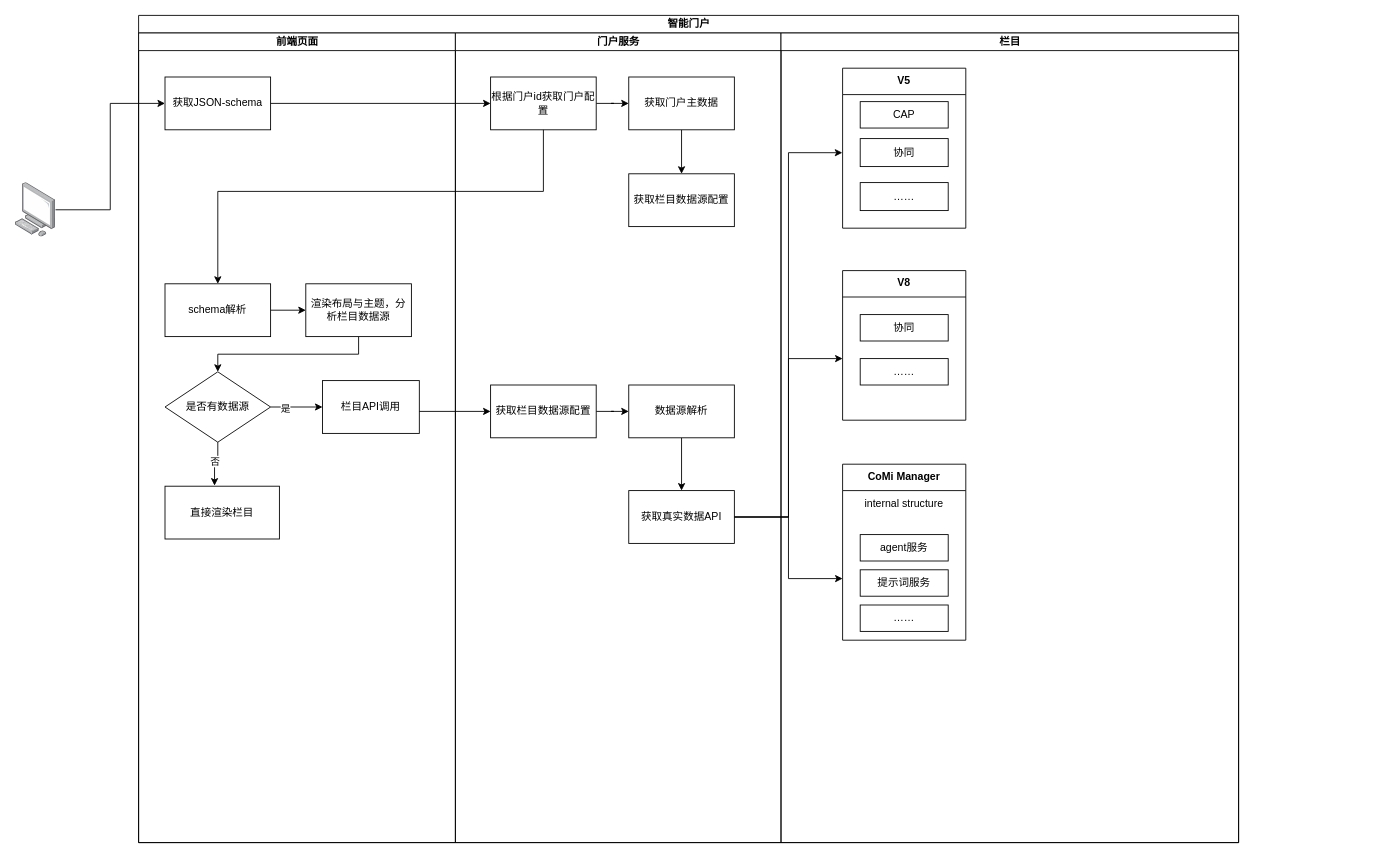
The draw.io diagram 门户架构图.drawio in wangweiccmo/drawio, before the edit. Source tidied: cells renumbered, new cells numbered last; positions are measured from the earlier drawing's top-left corner, leaving out a move shared by most shapes. Both pictures are drawn from the tidied source at 88%, with x=0, y=0 at pixel (15, 15).
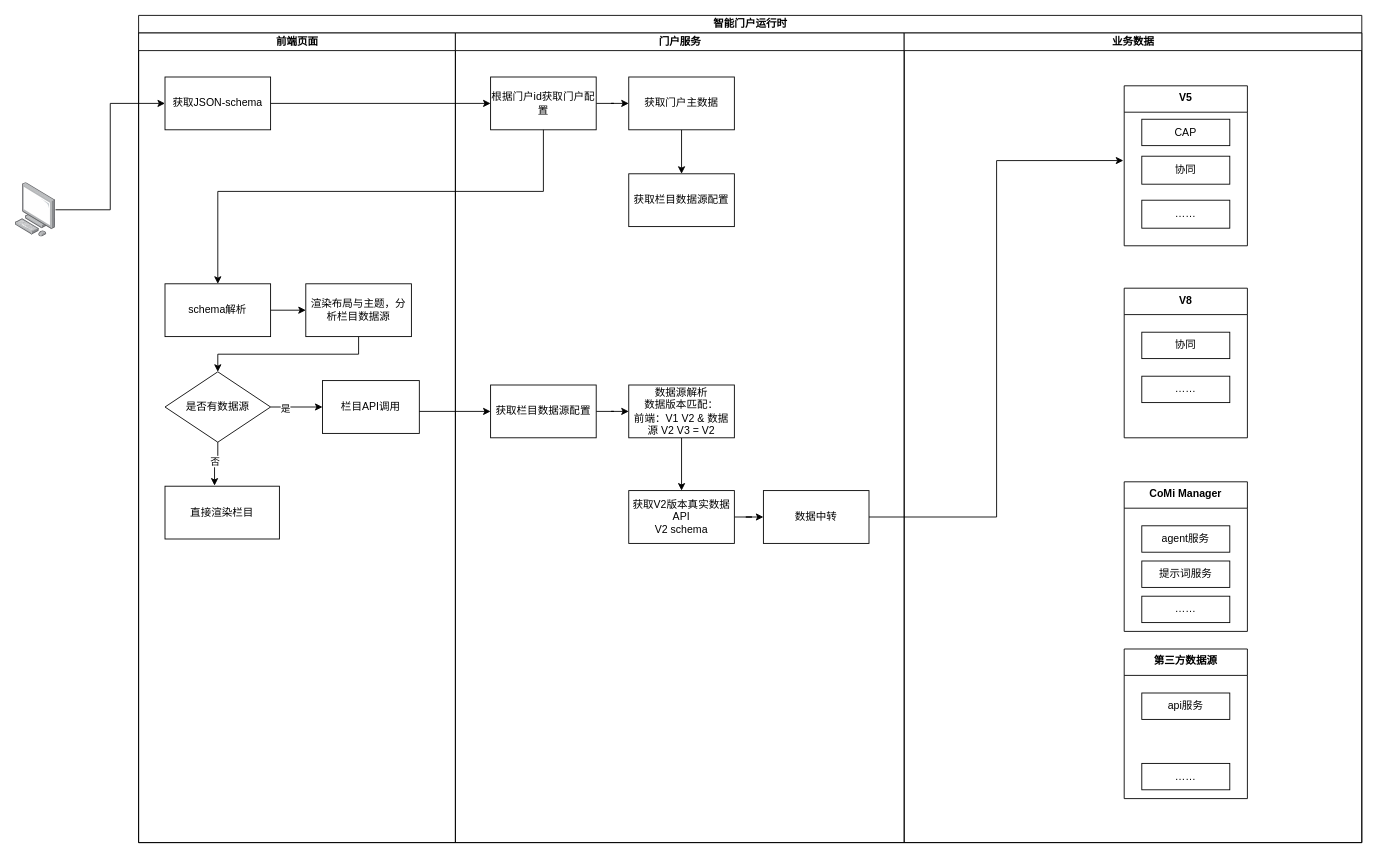
The same diagram, later.

Commit message:
更新门户架构图.drawio

Unchanged cells that the change refers to:
```xml
<mxCell id="29" style="swimlane;fontStyle=1;align=center;verticalAlign=top;horizontal=1;startSize=0;html=1;strokeColor=none;fillColor=none;" parent="28" vertex="1">
  <mxGeometry y="30" width="140" height="151.8" as="geometry" />
</mxCell>
<mxCell id="34" value="&#10;&lt;span style=&quot;color: rgb(0, 0, 0); font-family: Helvetica; font-size: 12px; font-style: normal; font-variant-ligatures: normal; font-variant-caps: normal; font-weight: 400; letter-spacing: normal; orphans: 2; text-align: center; text-indent: 0px; text-transform: none; widows: 2; word-spacing: 0px; -webkit-text-stroke-width: 0px; white-space: normal; background-color: rgb(236, 236, 236); text-decoration-thickness: initial; text-decoration-style: initial; text-decoration-color: initial; display: inline !important; float: none;&quot;&gt;……&lt;/span&gt;&#10;&#10;" style="swimlane;fontStyle=1;align=center;verticalAlign=top;horizontal=1;startSize=0;html=1;strokeColor=none;fillColor=none;" parent="33" vertex="1">
  <mxGeometry y="30" width="140" height="140" as="geometry" />
</mxCell>
```

The edit, as a diff of the source:
```diff
@@
-    <mxCell id="2" value="智能门户" style="swimlane;startSize=20;html=1;" parent="1" vertex="1">
-      <mxGeometry x="140" width="1250" height="940" as="geometry" />
+    <mxCell id="2" value="智能门户运行时" style="swimlane;startSize=20;html=1;" parent="1" vertex="1">
+      <mxGeometry x="140" width="1390" height="940" as="geometry" />
     </mxCell>
@@
     <mxCell id="16" value="门户服务" style="swimlane;startSize=20;html=1;" parent="2" vertex="1">
-      <mxGeometry x="360" y="20" width="370" height="920" as="geometry" />
+      <mxGeometry x="360" y="20" width="510" height="920" as="geometry" />
     </mxCell>
@@
-    <mxCell id="25" value="数据源解析" style="rounded=0;whiteSpace=wrap;html=1;" parent="16" vertex="1">
+    <mxCell id="25" value="数据源解析&lt;div&gt;数据版本匹配：&lt;/div&gt;&lt;div&gt;前端：V1 V2 &amp;amp; 数据源 V2 V3 = V2&lt;/div&gt;" style="rounded=0;whiteSpace=wrap;html=1;" parent="16" vertex="1">
       <mxGeometry x="197" y="400" width="120" height="60" as="geometry" />
     </mxCell>
+    <mxCell id="51" style="edgeStyle=orthogonalEdgeStyle;rounded=0;jettySize=auto;html=1;entryX=0;entryY=0.5;entryDx=0;entryDy=0;" parent="16" edge="1" source="26" target="52">
+      <mxGeometry relative="1" as="geometry" />
+    </mxCell>
-    <mxCell id="26" value="获取真实数据API" style="rounded=0;whiteSpace=wrap;html=1;" parent="16" vertex="1">
+    <mxCell id="26" value="获取V2版本真实数据API&lt;div&gt;V2 schema&lt;/div&gt;" style="rounded=0;whiteSpace=wrap;html=1;" parent="16" vertex="1">
       <mxGeometry x="197" y="520" width="120" height="60" as="geometry" />
     </mxCell>
+    <mxCell id="52" value="数据中转" style="rounded=0;whiteSpace=wrap;html=1;" parent="16" vertex="1">
+      <mxGeometry x="350" y="520" width="120" height="60" as="geometry" />
+    </mxCell>
-    <mxCell id="27" value="栏目" style="swimlane;startSize=20;html=1;" parent="2" vertex="1">
-      <mxGeometry x="730" y="20" width="520" height="920" as="geometry" />
+    <mxCell id="27" value="业务数据" style="swimlane;startSize=20;html=1;" parent="2" vertex="1">
+      <mxGeometry x="870" y="20" width="520" height="920" as="geometry" />
     </mxCell>
     <mxCell id="28" value="V5" style="swimlane;fontStyle=1;align=center;verticalAlign=top;horizontal=1;startSize=30;html=1;whiteSpace=wrap;" parent="27" vertex="1">
-      <mxGeometry x="70" y="40" width="140" height="181.8" as="geometry" />
+      <mxGeometry x="250" y="60" width="140" height="181.8" as="geometry" />
     </mxCell>
@@
     <mxCell id="33" value="V8" style="swimlane;fontStyle=1;align=center;verticalAlign=top;horizontal=1;startSize=30;html=1;whiteSpace=wrap;" parent="27" vertex="1">
-      <mxGeometry x="70" y="270" width="140" height="170" as="geometry" />
+      <mxGeometry x="250" y="290" width="140" height="170" as="geometry" />
     </mxCell>
@@
     <mxCell id="37" value="CoMi Manager" style="swimlane;fontStyle=1;align=center;verticalAlign=top;horizontal=1;startSize=30;html=1;whiteSpace=wrap;" parent="27" vertex="1">
-      <mxGeometry x="70" y="490" width="140" height="200" as="geometry" />
+      <mxGeometry x="250" y="510" width="140" height="170" as="geometry" />
     </mxCell>
-    <mxCell id="38" value="internal structure" style="html=1;strokeColor=none;fillColor=none;align=center;verticalAlign=middle;spacingLeft=4;spacingRight=4;whiteSpace=wrap;" parent="37" vertex="1">
-      <mxGeometry y="30" width="140" height="30" as="geometry" />
-    </mxCell>
     <mxCell id="39" style="swimlane;fontStyle=1;align=center;verticalAlign=top;horizontal=1;startSize=0;html=1;strokeColor=none;fillColor=none;" parent="37" vertex="1">
-      <mxGeometry y="60" width="140" height="140" as="geometry" />
+      <mxGeometry y="30" width="140" height="140" as="geometry" />
     </mxCell>
@@
+    <mxCell id="53" value="第三方数据源" style="swimlane;fontStyle=1;align=center;verticalAlign=top;horizontal=1;startSize=30;html=1;whiteSpace=wrap;" parent="27" vertex="1">
+      <mxGeometry x="250" y="700" width="140" height="170" as="geometry" />
+    </mxCell>
+    <mxCell id="54" style="swimlane;fontStyle=1;align=center;verticalAlign=top;horizontal=1;startSize=0;html=1;strokeColor=none;fillColor=none;" parent="53" vertex="1">
+      <mxGeometry y="30" width="140" height="140" as="geometry" />
+    </mxCell>
+    <mxCell id="55" value="api服务" style="html=1;align=center;verticalAlign=middle;whiteSpace=wrap;" parent="54" vertex="1">
+      <mxGeometry width="100" height="30" relative="1" as="geometry">
+        <mxPoint x="20" y="20" as="offset" />
+      </mxGeometry>
+    </mxCell>
+    <mxCell id="56" value="……" style="html=1;align=center;verticalAlign=middle;whiteSpace=wrap;" parent="54" vertex="1">
+      <mxGeometry x="20" y="100" width="100" height="30" as="geometry" />
+    </mxCell>
@@
-    <mxCell id="46" style="edgeStyle=orthogonalEdgeStyle;rounded=0;jettySize=auto;html=1;" parent="2" edge="1" source="26" target="39">
-      <mxGeometry relative="1" as="geometry" />
-    </mxCell>
-    <mxCell id="47" style="edgeStyle=orthogonalEdgeStyle;rounded=0;jettySize=auto;html=1;entryX=0;entryY=0.5;entryDx=0;entryDy=0;" parent="2" edge="1" source="26" target="34">
-      <mxGeometry relative="1" as="geometry" />
-    </mxCell>
-    <mxCell id="48" style="edgeStyle=orthogonalEdgeStyle;rounded=0;jettySize=auto;html=1;entryX=-0.002;entryY=0.435;entryDx=0;entryDy=0;entryPerimeter=0;" parent="2" edge="1" source="26" target="29">
-      <mxGeometry relative="1" as="geometry" />
-    </mxCell>
+    <mxCell id="57" style="edgeStyle=orthogonalEdgeStyle;rounded=0;jettySize=auto;html=1;entryX=-0.007;entryY=0.362;entryDx=0;entryDy=0;entryPerimeter=0;" parent="2" edge="1" source="52" target="29">
+      <mxGeometry relative="1" as="geometry" />
+    </mxCell>
```
